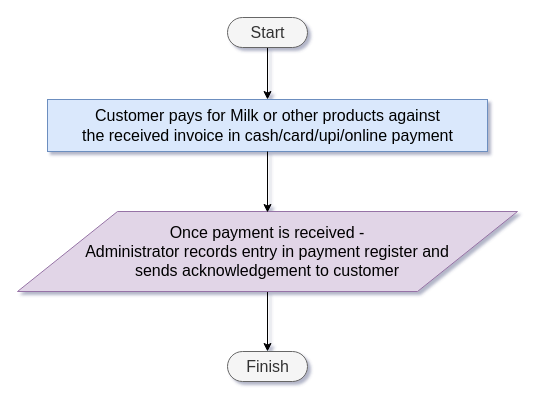
Above: docs/diagram/payment_process.drawio in dudhwalas/dudhwala (draw.io), before the change. Source tidied: cells renumbered, new cells numbered last; positions are measured from the earlier drawing's top-left corner, leaving out a move shared by most shapes. Both pictures are drawn from the tidied source at 100%, with x=0, y=0 at pixel (17, 17).
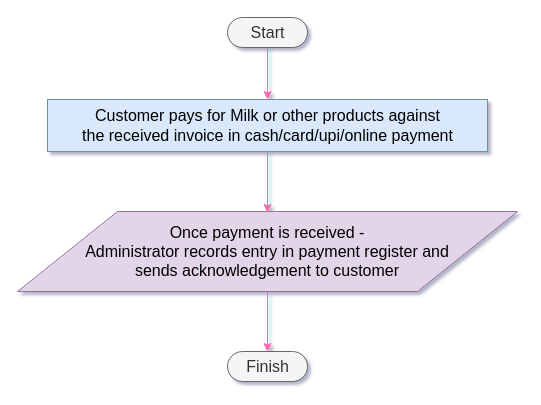
The same page after the edit.

The edit, as a diff of the source:
```diff
@@
 <mxGraphModel shadow="1">
   <root>
     <mxCell id="0" />
     <mxCell id="1" parent="0" />
-    <mxCell id="2" style="edgeStyle=none;html=1;fontSize=16;" parent="1" edge="1" source="3" target="4">
+    <mxCell id="2" style="edgeStyle=none;html=1;fontSize=16;strokeColor=#FF66B3;" parent="1" edge="1" source="3" target="4">
       <mxGeometry relative="1" as="geometry" />
     </mxCell>
     <mxCell id="3" value="&lt;font style=&quot;font-size: 16px;&quot;&gt;Start&lt;/font&gt;" style="html=1;dashed=0;whitespace=wrap;shape=mxgraph.dfd.start;fillColor=#f5f5f5;fontColor=#333333;strokeColor=#666666;fontSize=16;" parent="1" vertex="1">
       <mxGeometry x="210" width="80" height="30" as="geometry" />
     </mxCell>
     <mxCell id="4" value="&lt;span class=&quot;nodeLabel&quot; style=&quot;font-size: 16px;&quot;&gt;Customer pays for Milk or other products against &lt;br style=&quot;font-size: 16px;&quot;&gt;the received invoice in cash/card/upi/online payment&lt;/span&gt;" style="html=1;dashed=0;whitespace=wrap;fillColor=#dae8fc;strokeColor=#6c8ebf;fontSize=16;" parent="1" vertex="1">
       <mxGeometry x="30" y="82" width="440" height="52" as="geometry" />
     </mxCell>
-    <mxCell id="5" style="edgeStyle=none;html=1;fontSize=16;exitX=0.5;exitY=1;exitDx=0;exitDy=0;entryX=0.5;entryY=0.5;entryDx=0;entryDy=-15;entryPerimeter=0;" parent="1" edge="1" source="6" target="7">
+    <mxCell id="5" style="edgeStyle=none;html=1;fontSize=16;exitX=0.5;exitY=1;exitDx=0;exitDy=0;entryX=0.5;entryY=0.5;entryDx=0;entryDy=-15;entryPerimeter=0;strokeColor=#FF66B3;" parent="1" edge="1" source="6" target="7">
       <mxGeometry relative="1" as="geometry" />
     </mxCell>
     <mxCell id="6" value="&lt;span style=&quot;font-size: 16px;&quot;&gt;Once payment is received - &lt;br style=&quot;font-size: 16px;&quot;&gt;Administrator records entry in payment register and &lt;br style=&quot;font-size: 16px;&quot;&gt;sends acknowledgement to&amp;nbsp;&lt;/span&gt;&lt;span style=&quot;font-size: 16px;&quot;&gt;customer&lt;/span&gt;" style="shape=parallelogram;perimeter=parallelogramPerimeter;whiteSpace=wrap;html=1;dashed=0;fillColor=#e1d5e7;strokeColor=#9673a6;fontSize=16;" parent="1" vertex="1">
       <mxGeometry y="194" width="500" height="80" as="geometry" />
     </mxCell>
     <mxCell id="7" value="Finish" style="html=1;dashed=0;whitespace=wrap;shape=mxgraph.dfd.start;fillColor=#f5f5f5;fontColor=#333333;strokeColor=#666666;fontSize=16;" parent="1" vertex="1">
       <mxGeometry x="210" y="334" width="80" height="30" as="geometry" />
     </mxCell>
-    <mxCell id="8" style="edgeStyle=none;html=1;fontSize=16;entryX=0.5;entryY=0;entryDx=0;entryDy=0;exitX=0.5;exitY=1;exitDx=0;exitDy=0;" parent="1" edge="1" source="4">
+    <mxCell id="8" style="edgeStyle=none;html=1;fontSize=16;entryX=0.5;entryY=0;entryDx=0;entryDy=0;exitX=0.5;exitY=1;exitDx=0;exitDy=0;strokeColor=#FF66B3;" parent="1" edge="1" source="4">
       <mxGeometry relative="1" as="geometry">
         <mxPoint x="250" y="195" as="targetPoint" />
       </mxGeometry>
     </mxCell>
   </root>
 </mxGraphModel>
```
